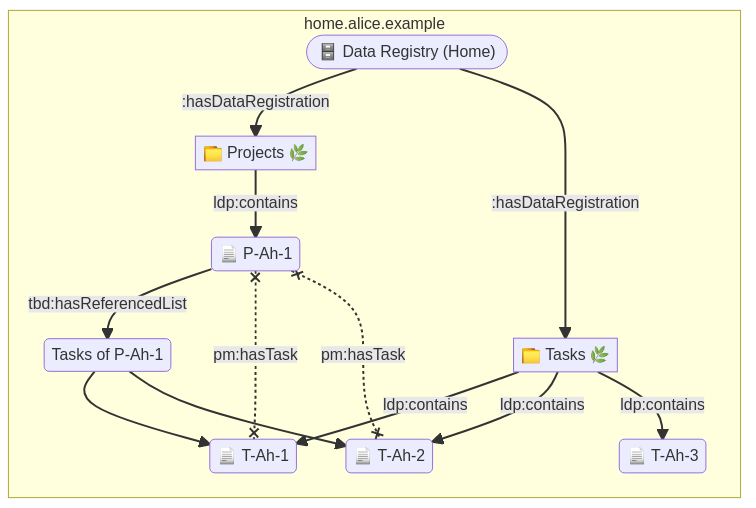
Before: primer/diagrams/home.alice.example.flow.mmd.png, a diagram exported from Mermaid (solid/data-interoperability-panel). Its source is kept beside it as primer/diagrams/home.alice.example.flow.mmd. Its diagram source:
```mermaid
flowchart LR

  AliceHomeRegistry(["🗄️ Data Registry (Home)"])
  AliceHomeProjects["📁 Projects 🌿"]
  AliceHomeTasks["📁 Tasks 🌿"]
  PAh1("📄 P-Ah-1")
  PAh1RFT("Tasks of P-Ah-1")
  TAh1("📄 T-Ah-1")
  TAh2("📄 T-Ah-2")
  TAh3("📄 T-Ah-3")

  subgraph home.alice.example
    AliceHomeRegistry -- :hasDataRegistration --> AliceHomeProjects
    AliceHomeProjects -- ldp:contains --> PAh1
    PAh1 -- tbd:hasReferencedList --> PAh1RFT
    AliceHomeRegistry -- :hasDataRegistration --> AliceHomeTasks
    AliceHomeTasks -- ldp:contains --> TAh1
    AliceHomeTasks -- ldp:contains --> TAh2
    AliceHomeTasks -- ldp:contains --> TAh3
    PAh1 x-. pm:hasTask .-x TAh1
    PAh1 x-. pm:hasTask .-x TAh2
    PAh1RFT --> TAh1
    PAh1RFT --> TAh2
  end
```
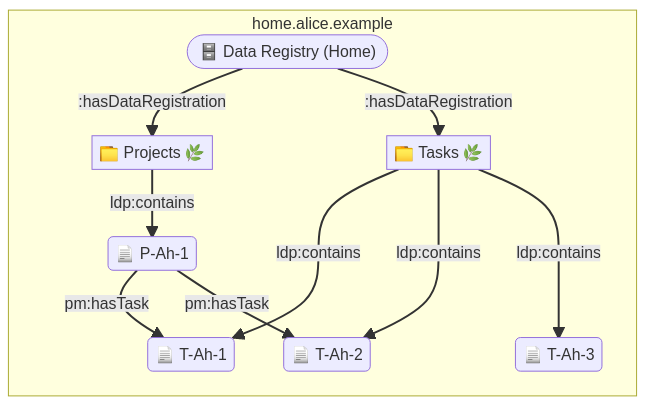
Later version of the same file.

Diff of the diagram source:
```diff
@@ -4,7 +4,6 @@
   AliceHomeProjects["📁 Projects 🌿"]
   AliceHomeTasks["📁 Tasks 🌿"]
   PAh1("📄 P-Ah-1")
-  PAh1RFT("Tasks of P-Ah-1")
   TAh1("📄 T-Ah-1")
   TAh2("📄 T-Ah-2")
   TAh3("📄 T-Ah-3")
@@ -12,13 +11,10 @@
   subgraph home.alice.example
     AliceHomeRegistry -- :hasDataRegistration --> AliceHomeProjects
     AliceHomeProjects -- ldp:contains --> PAh1
-    PAh1 -- tbd:hasReferencedList --> PAh1RFT
     AliceHomeRegistry -- :hasDataRegistration --> AliceHomeTasks
-    AliceHomeTasks -- ldp:contains --> TAh1
-    AliceHomeTasks -- ldp:contains --> TAh2
-    AliceHomeTasks -- ldp:contains --> TAh3
-    PAh1 x-. pm:hasTask .-x TAh1
-    PAh1 x-. pm:hasTask .-x TAh2
-    PAh1RFT --> TAh1
-    PAh1RFT --> TAh2
+    AliceHomeTasks -- ldp:contains ---> TAh1
+    AliceHomeTasks -- ldp:contains ---> TAh2
+    AliceHomeTasks -- ldp:contains ---> TAh3
+    PAh1 -- pm:hasTask --> TAh1
+    PAh1 -- pm:hasTask --> TAh2
   end
```
